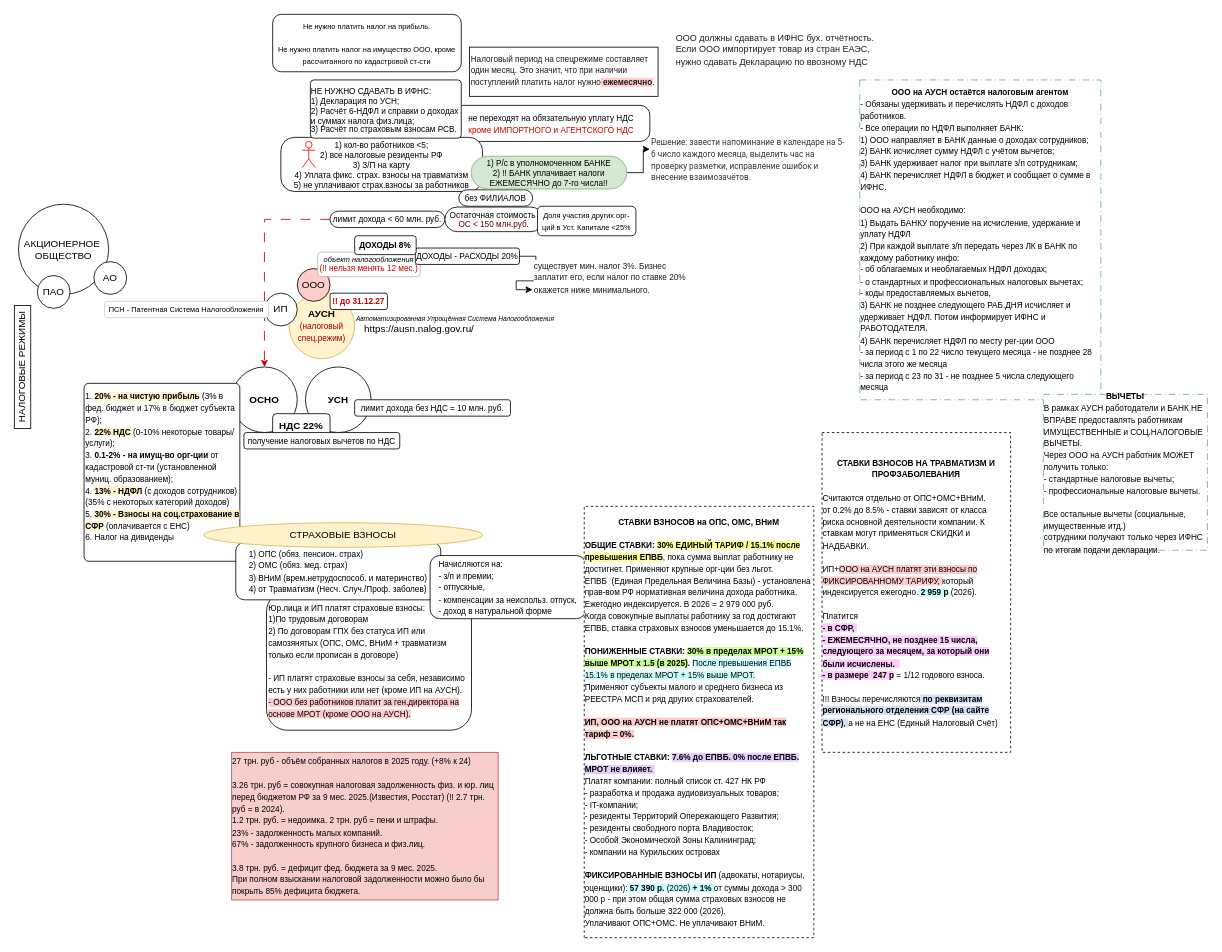
Above: АУСН.drawio in youarereef/mmaps (draw.io), before the change. Source tidied: cells renumbered, new cells numbered last; positions are measured from the earlier drawing's top-left corner, leaving out a move shared by most shapes. Both pictures are drawn from the tidied source at 82%, with x=0, y=0 at pixel (-39, 14).
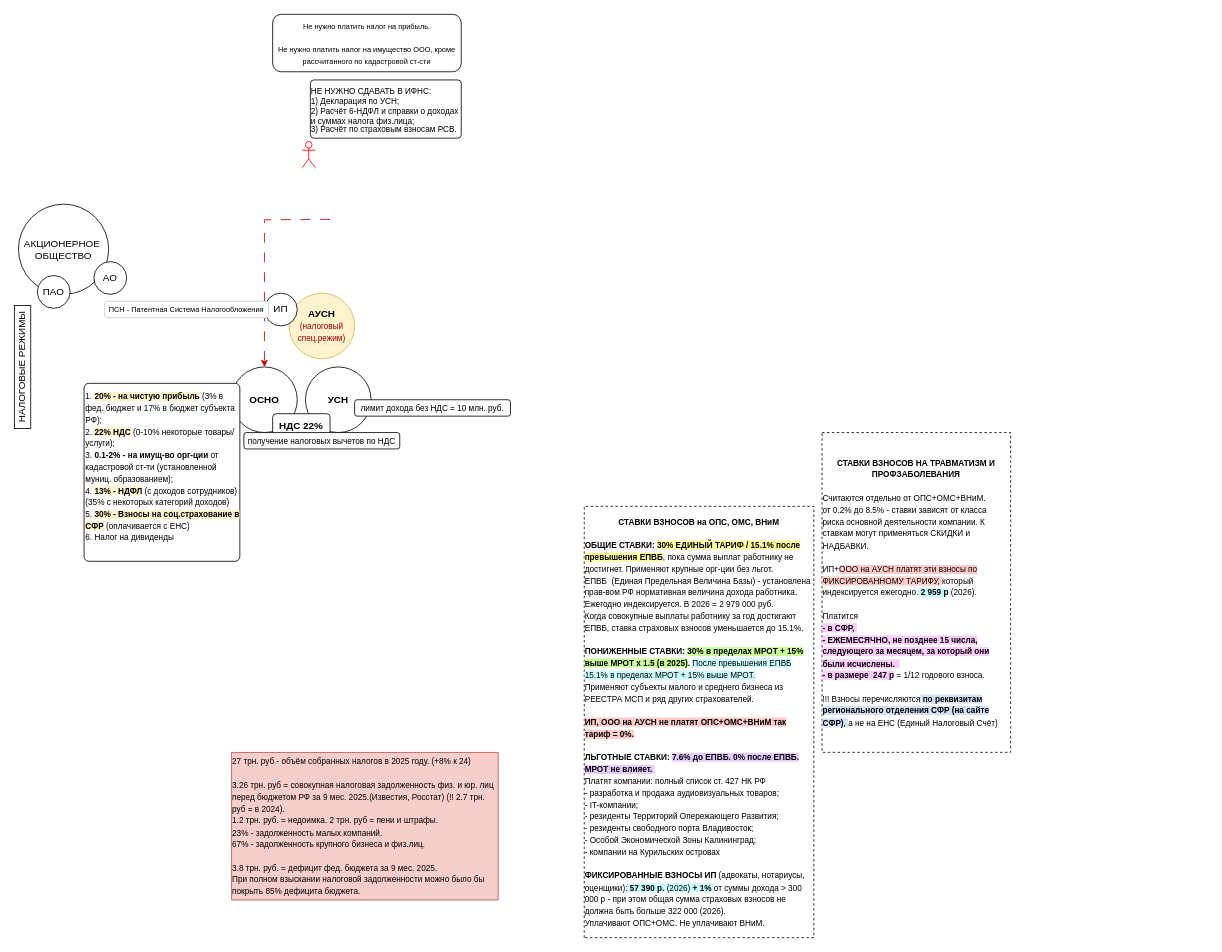
Above is the later version.

The change refers to these unchanged cells:
```xml
<mxCell id="4" value="&lt;b&gt;ОСНО&lt;/b&gt;" style="ellipse;whiteSpace=wrap;html=1;" parent="1" vertex="1">
  <mxGeometry x="330" y="430" width="80" height="80" as="geometry" />
</mxCell>
```

The edit, as a diff of the source:
```diff
@@
-    <mxCell id="2" style="edgeStyle=orthogonalEdgeStyle;rounded=0;jettySize=auto;html=1;exitX=0;exitY=0.5;exitDx=0;exitDy=0;strokeColor=#B40000;dashed=1;dashPattern=12 12;" parent="1" edge="1" source="14" target="4">
-      <mxGeometry relative="1" as="geometry" />
+    <mxCell id="2" style="edgeStyle=orthogonalEdgeStyle;rounded=0;jettySize=auto;html=1;exitX=0;exitY=0.5;exitDx=0;exitDy=0;strokeColor=#B40000;dashed=1;dashPattern=12 12;" parent="1" edge="1" target="4">
+      <mxGeometry relative="1" as="geometry">
+        <mxPoint x="450" y="250" as="sourcePoint" />
+      </mxGeometry>
     </mxCell>
@@
-    <mxCell id="8" value="ООО" style="ellipse;whiteSpace=wrap;html=1;fillColor=#FFCCCC;" parent="1" vertex="1">
-      <mxGeometry x="410" y="310" width="40" height="40" as="geometry" />
-    </mxCell>
-    <mxCell id="9" value="&lt;font style=&quot;font-size: 8px; line-height: 0%;&quot;&gt;&lt;i&gt;Автоматизированная Упрощённая Система Налогообложения&lt;/i&gt;&lt;/font&gt;" style="text;html=1;whiteSpace=wrap;strokeColor=none;fillColor=none;align=left;verticalAlign=middle;rounded=0;" parent="1" vertex="1">
-      <mxGeometry x="480" y="360" width="250" height="20" as="geometry" />
-    </mxCell>
@@
-    <mxCell id="14" value="&lt;font style=&quot;font-size: 10px;&quot;&gt;лимит дохода &amp;lt; 60 млн. руб.&lt;/font&gt;" style="rounded=1;whiteSpace=wrap;html=1;arcSize=50;" parent="1" vertex="1">
-      <mxGeometry x="450" y="240" width="140" height="20" as="geometry" />
-    </mxCell>
-    <mxCell id="15" value="&lt;font style=&quot;font-size: 10px;&quot;&gt;не переходят на обязательную уплату НДС&lt;/font&gt;&lt;div&gt;&lt;font style=&quot;font-size: 10px; color: rgb(204, 0, 0);&quot;&gt;кроме ИМПОРТНОГО и АГЕНТСКОГО НДС&lt;/font&gt;&lt;/div&gt;" style="rounded=1;whiteSpace=wrap;html=1;arcSize=27;" parent="1" vertex="1">
-      <mxGeometry x="600" y="111" width="240" height="44" as="geometry" />
-    </mxCell>
-    <mxCell id="16" value="&lt;div style=&quot;line-height: 100%;&quot;&gt;&lt;font style=&quot;font-size: 10px; line-height: 100%;&quot;&gt;1) кол-во работников &amp;lt;5;&lt;/font&gt;&lt;div&gt;&lt;font style=&quot;font-size: 10px; line-height: 100%;&quot;&gt;2) все налоговые резиденты РФ&lt;/font&gt;&lt;/div&gt;&lt;div&gt;&lt;span style=&quot;font-size: 10px; line-height: 100%;&quot;&gt;3) З/П на карту&lt;/span&gt;&lt;/div&gt;&lt;div&gt;&lt;span style=&quot;font-size: 10px; line-height: 100%;&quot;&gt;4) Уплата фикс. страх. взносы на травматизм&lt;/span&gt;&lt;/div&gt;&lt;div&gt;&lt;span style=&quot;font-size: 10px; line-height: 100%;&quot;&gt;5) не уплачивают страх.взносы за работников&lt;/span&gt;&lt;/div&gt;&lt;/div&gt;" style="rounded=1;whiteSpace=wrap;html=1;arcSize=25;align=center;" parent="1" vertex="1">
-      <mxGeometry x="390" y="150" width="246" height="66" as="geometry" />
-    </mxCell>
-    <mxCell id="17" value="&lt;div style=&quot;line-height: 90%;&quot;&gt;&lt;font style=&quot;font-size: 10px; line-height: 90%;&quot;&gt;Остаточная стоимость&amp;nbsp;&lt;/font&gt;&lt;div&gt;&lt;font style=&quot;font-size: 10px; line-height: 90%;&quot;&gt;&lt;font style=&quot;color: rgb(102, 0, 0);&quot;&gt;ОС &amp;lt; 150 млн.руб&lt;/font&gt;.&lt;/font&gt;&lt;/div&gt;&lt;/div&gt;" style="rounded=1;whiteSpace=wrap;html=1;arcSize=50;" parent="1" vertex="1">
-      <mxGeometry x="590" y="235" width="120" height="30" as="geometry" />
-    </mxCell>
-    <mxCell id="18" value="&lt;div style=&quot;line-height: 80%;&quot;&gt;&lt;i&gt;&lt;font style=&quot;font-size: 9px;&quot;&gt;объект налогообложения&lt;/font&gt;&lt;/i&gt;&lt;div&gt;&lt;font style=&quot;color: rgb(204, 0, 0); font-size: 10px; line-height: 80%;&quot;&gt;(!! нельзя менять 12 мес.)&lt;/font&gt;&lt;/div&gt;&lt;/div&gt;" style="rounded=1;whiteSpace=wrap;html=1;strokeColor=#B3B3B3;" parent="1" vertex="1">
-      <mxGeometry x="435" y="290" width="125" height="30" as="geometry" />
-    </mxCell>
-    <mxCell id="19" style="edgeStyle=orthogonalEdgeStyle;rounded=0;jettySize=auto;html=1;exitX=1;exitY=0.5;exitDx=0;exitDy=0;entryX=0;entryY=0.75;entryDx=0;entryDy=0;" parent="1" edge="1" source="20" target="30">
-      <mxGeometry relative="1" as="geometry" />
-    </mxCell>
-    <mxCell id="20" value="&lt;font style=&quot;font-size: 10px;&quot;&gt;ДОХОДЫ - РАСХОДЫ 20%&lt;/font&gt;" style="rounded=1;whiteSpace=wrap;html=1;" parent="1" vertex="1">
-      <mxGeometry x="554" y="285" width="127" height="20" as="geometry" />
-    </mxCell>
-    <mxCell id="21" value="&lt;b&gt;&lt;font style=&quot;font-size: 10px;&quot;&gt;ДОХОДЫ 8%&lt;/font&gt;&lt;/b&gt;" style="rounded=1;whiteSpace=wrap;html=1;" parent="1" vertex="1">
-      <mxGeometry x="480" y="270" width="75" height="23" as="geometry" />
-    </mxCell>
-    <mxCell id="22" value="&lt;span style=&quot;font-size: 10px;&quot;&gt;без ФИЛИАЛОВ&lt;/span&gt;" style="rounded=1;whiteSpace=wrap;html=1;arcSize=50;" parent="1" vertex="1">
-      <mxGeometry x="607" y="214" width="90" height="20" as="geometry" />
-    </mxCell>
@@
-    <mxCell id="24" value="&lt;b&gt;&lt;font style=&quot;color: rgb(204, 0, 0); font-size: 10px;&quot;&gt;!! до 31.12.27&lt;/font&gt;&lt;/b&gt;" style="rounded=1;whiteSpace=wrap;html=1;" parent="1" vertex="1">
-      <mxGeometry x="450" y="340" width="70" height="20" as="geometry" />
-    </mxCell>
-    <mxCell id="25" style="edgeStyle=orthogonalEdgeStyle;rounded=0;jettySize=auto;html=1;exitX=1;exitY=0.5;exitDx=0;exitDy=0;" parent="1" edge="1" source="26" target="27">
-      <mxGeometry relative="1" as="geometry" />
-    </mxCell>
-    <mxCell id="26" value="&lt;div style=&quot;line-height: 100%;&quot;&gt;&lt;font style=&quot;font-size: 10px; line-height: 100%;&quot;&gt;1) Р/с в уполномоченном БАНКЕ&lt;/font&gt;&lt;div&gt;&lt;font style=&quot;font-size: 10px; line-height: 100%;&quot;&gt;2) !! БАНК уплачивает налоги ЕЖЕМЕСЯЧНО до 7-го числа!!&lt;/font&gt;&lt;/div&gt;&lt;/div&gt;" style="rounded=1;whiteSpace=wrap;html=1;arcSize=50;fillColor=#d5e8d4;strokeColor=#82b366;" parent="1" vertex="1">
-      <mxGeometry x="622" y="173" width="190" height="40" as="geometry" />
-    </mxCell>
-    <mxCell id="27" value="&lt;span style=&quot;color: rgb(51, 51, 51); font-family: Roboto; font-style: normal; font-variant-ligatures: normal; font-variant-caps: normal; font-weight: 400; letter-spacing: normal; orphans: 2; text-align: start; text-indent: 0px; text-transform: none; widows: 2; word-spacing: 0px; -webkit-text-stroke-width: 0px; white-space: normal; text-decoration-thickness: initial; text-decoration-style: initial; text-decoration-color: initial; float: none; display: inline !important;&quot;&gt;&lt;font style=&quot;font-size: 10px; line-height: 80%;&quot;&gt;Решение: завести напоминание в календаре на 5-6 число каждого месяца, выделить час на проверку разметки, исправление ошибок и внесение взаимозачётов.&lt;/font&gt;&lt;/span&gt;" style="text;whiteSpace=wrap;html=1;" parent="1" vertex="1">
-      <mxGeometry x="840" y="142" width="240" height="45" as="geometry" />
-    </mxCell>
@@
-    <mxCell id="29" value="https://ausn.nalog.gov.ru/" style="text;whiteSpace=wrap;" parent="1" vertex="1">
-      <mxGeometry x="490" y="370" width="170" height="30" as="geometry" />
-    </mxCell>
-    <mxCell id="30" value="&lt;span style=&quot;color: rgb(30, 29, 29); font-family: &amp;quot;VTB Group UI&amp;quot;, Helvetica, sans-serif, &amp;quot;Apple Color Emoji&amp;quot;, &amp;quot;Segoe UI Emoji&amp;quot;, &amp;quot;Segoe UI Symbol&amp;quot;; font-style: normal; font-variant-ligatures: normal; font-variant-caps: normal; font-weight: 400; letter-spacing: normal; orphans: 2; text-align: start; text-indent: 0px; text-transform: none; widows: 2; word-spacing: 0px; -webkit-text-stroke-width: 0px; white-space: normal; background-color: rgb(255, 255, 255); text-decoration-thickness: initial; text-decoration-style: initial; text-decoration-color: initial; float: none; display: inline !important;&quot;&gt;&lt;font style=&quot;font-size: 10px;&quot;&gt;существует мин. налог 3%. Бизнес заплатит его, если налог по ставке 20% окажется ниже минимального.&lt;/font&gt;&lt;/span&gt;" style="text;whiteSpace=wrap;html=1;" parent="1" vertex="1">
-      <mxGeometry x="697" y="293" width="190" height="57" as="geometry" />
-    </mxCell>
-    <mxCell id="31" value="&lt;span style=&quot;color: rgb(30, 29, 29); font-family: &amp;quot;VTB Group UI&amp;quot;, Helvetica, sans-serif, &amp;quot;Apple Color Emoji&amp;quot;, &amp;quot;Segoe UI Emoji&amp;quot;, &amp;quot;Segoe UI Symbol&amp;quot;; font-style: normal; font-variant-ligatures: normal; font-variant-caps: normal; letter-spacing: normal; orphans: 2; text-align: start; text-indent: 0px; text-transform: none; widows: 2; word-spacing: 0px; -webkit-text-stroke-width: 0px; white-space: normal; text-decoration-thickness: initial; text-decoration-style: initial; text-decoration-color: initial; float: none; display: inline !important;&quot;&gt;&lt;font style=&quot;font-size: 10px;&quot;&gt;Налоговый период на спецрежиме составляет один месяц. Это значит, что при наличии поступлений платить налог нужно&lt;b style=&quot;background-color: rgb(255, 204, 204);&quot;&gt; ежемесячно&lt;/b&gt;.&lt;/font&gt;&lt;/span&gt;" style="text;whiteSpace=wrap;html=1;strokeColor=default;" parent="1" vertex="1">
-      <mxGeometry x="620" y="40" width="230" height="60" as="geometry" />
-    </mxCell>
@@
-    <mxCell id="33" value="&lt;span style=&quot;color: rgb(30, 29, 29); font-family: &amp;quot;VTB Group UI&amp;quot;, Helvetica, sans-serif, &amp;quot;Apple Color Emoji&amp;quot;, &amp;quot;Segoe UI Emoji&amp;quot;, &amp;quot;Segoe UI Symbol&amp;quot;; font-style: normal; font-variant-ligatures: normal; font-variant-caps: normal; font-weight: 400; letter-spacing: normal; orphans: 2; text-align: start; text-indent: 0px; text-transform: none; widows: 2; word-spacing: 0px; -webkit-text-stroke-width: 0px; white-space: normal; background-color: rgb(255, 255, 255); text-decoration-thickness: initial; text-decoration-style: initial; text-decoration-color: initial; float: none; display: inline !important;&quot;&gt;&lt;font style=&quot;font-size: 11px;&quot;&gt;ООО должны сдавать в ИФНС бух. отчётность.&amp;nbsp;&lt;/font&gt;&lt;/span&gt;&lt;div&gt;&lt;span style=&quot;color: rgb(30, 29, 29); font-family: &amp;quot;VTB Group UI&amp;quot;, Helvetica, sans-serif, &amp;quot;Apple Color Emoji&amp;quot;, &amp;quot;Segoe UI Emoji&amp;quot;, &amp;quot;Segoe UI Symbol&amp;quot;; font-style: normal; font-variant-ligatures: normal; font-variant-caps: normal; font-weight: 400; letter-spacing: normal; orphans: 2; text-align: start; text-indent: 0px; text-transform: none; widows: 2; word-spacing: 0px; -webkit-text-stroke-width: 0px; white-space: normal; background-color: rgb(255, 255, 255); text-decoration-thickness: initial; text-decoration-style: initial; text-decoration-color: initial; float: none; display: inline !important;&quot;&gt;&lt;font style=&quot;font-size: 11px;&quot;&gt;Если ООО импортирует товар из стран ЕАЭС, нужно сдавать Декларацию по ввозному НДС&lt;/font&gt;&lt;/span&gt;&lt;/div&gt;" style="text;whiteSpace=wrap;html=1;" parent="1" vertex="1">
-      <mxGeometry x="870" y="15" width="270" height="40" as="geometry" />
-    </mxCell>
-    <mxCell id="34" value="&lt;font style=&quot;font-size: 9px;&quot;&gt;Доля участия других орг-ций в Уст. Капитале &amp;lt;25%&lt;/font&gt;" style="rounded=1;whiteSpace=wrap;html=1;" parent="1" vertex="1">
-      <mxGeometry x="703" y="234" width="120" height="36" as="geometry" />
-    </mxCell>
@@
-    <mxCell id="39" value="&lt;div style=&quot;&quot;&gt;&lt;span style=&quot;font-size: 10px;&quot;&gt;Юр.лица и ИП платят страховые взносы:&lt;/span&gt;&lt;/div&gt;&lt;div style=&quot;&quot;&gt;&lt;span style=&quot;font-size: 10px;&quot;&gt;1)По трудовым договорам&lt;/span&gt;&lt;/div&gt;&lt;div style=&quot;&quot;&gt;&lt;span style=&quot;font-size: 10px;&quot;&gt;2) По договорам ГПХ без статуса ИП или самозянятых (ОПС, ОМС, ВНиМ + травматизм только если прописан в договоре)&lt;/span&gt;&lt;/div&gt;&lt;div style=&quot;&quot;&gt;&lt;span style=&quot;font-size: 10px;&quot;&gt;&lt;br&gt;&lt;/span&gt;&lt;/div&gt;&lt;div style=&quot;&quot;&gt;&lt;span style=&quot;font-size: 10px;&quot;&gt;- ИП платят страховые взносы за себя, независимо есть у них работники или нет (кроме ИП на АУСН).&lt;/span&gt;&lt;/div&gt;&lt;div style=&quot;&quot;&gt;&lt;span style=&quot;font-size: 10px; background-color: rgb(255, 204, 204);&quot;&gt;- ООО без работников платит за ген.директора на основе МРОТ (кроме ООО на АУСН).&lt;/span&gt;&lt;/div&gt;" style="rounded=1;whiteSpace=wrap;html=1;align=left;" parent="1" vertex="1">
-      <mxGeometry x="372.5" y="703" width="250" height="170" as="geometry" />
-    </mxCell>
-    <mxCell id="40" value="&lt;div style=&quot;text-align: left;&quot;&gt;&lt;span style=&quot;font-size: 10px; background-color: transparent; color: light-dark(rgb(0, 0, 0), rgb(255, 255, 255));&quot;&gt;1) ОПС (обяз. пенсион. страх)&lt;/span&gt;&lt;/div&gt;&lt;div style=&quot;text-align: left;&quot;&gt;&lt;span style=&quot;font-size: 10px; background-color: transparent; color: light-dark(rgb(0, 0, 0), rgb(255, 255, 255));&quot;&gt;2) ОМС (обяз. мед. страх)&lt;/span&gt;&lt;/div&gt;&lt;div style=&quot;text-align: left;&quot;&gt;&lt;span style=&quot;font-size: 10px; background-color: transparent; color: light-dark(rgb(0, 0, 0), rgb(255, 255, 255));&quot;&gt;3) ВНиМ (врем.нетрудоспособ. и материнство)&lt;/span&gt;&lt;/div&gt;&lt;div style=&quot;text-align: left;&quot;&gt;&lt;span style=&quot;font-size: 10px; background-color: transparent; color: light-dark(rgb(0, 0, 0), rgb(255, 255, 255));&quot;&gt;4) от Травматизм (Несч. Случ./Проф. заболев)&lt;/span&gt;&lt;/div&gt;" style="rounded=1;whiteSpace=wrap;html=1;" parent="1" vertex="1">
-      <mxGeometry x="335" y="644" width="250" height="70" as="geometry" />
-    </mxCell>
-    <mxCell id="41" value="СТРАХОВЫЕ ВЗНОСЫ" style="ellipse;whiteSpace=wrap;html=1;fillColor=#fff2cc;strokeColor=#d6b656;" parent="1" vertex="1">
-      <mxGeometry x="296" y="620" width="340" height="30" as="geometry" />
-    </mxCell>
-    <mxCell id="42" value="&lt;div style=&quot;text-align: left;&quot;&gt;&lt;span style=&quot;font-size: 10px;&quot;&gt;Начисляются на:&lt;/span&gt;&lt;/div&gt;&lt;div style=&quot;text-align: left;&quot;&gt;&lt;span style=&quot;font-size: 10px;&quot;&gt;- з/п и&amp;nbsp;&lt;/span&gt;&lt;span style=&quot;font-size: 10px; background-color: transparent; color: light-dark(rgb(0, 0, 0), rgb(255, 255, 255));&quot;&gt;премии;&amp;nbsp;&lt;/span&gt;&lt;/div&gt;&lt;div style=&quot;text-align: left;&quot;&gt;&lt;span style=&quot;font-size: 10px; background-color: transparent; color: light-dark(rgb(0, 0, 0), rgb(255, 255, 255));&quot;&gt;- отпускные,&amp;nbsp;&lt;/span&gt;&lt;/div&gt;&lt;div style=&quot;text-align: left;&quot;&gt;&lt;span style=&quot;font-size: 10px; background-color: transparent; color: light-dark(rgb(0, 0, 0), rgb(255, 255, 255));&quot;&gt;- компенсации за неиспольз. отпуск,&lt;/span&gt;&lt;/div&gt;&lt;div style=&quot;text-align: left;&quot;&gt;&lt;span style=&quot;font-size: 10px;&quot;&gt;- доход в натуральной форме&lt;/span&gt;&lt;/div&gt;" style="rounded=1;whiteSpace=wrap;html=1;" parent="1" vertex="1">
-      <mxGeometry x="572" y="660" width="190" height="77" as="geometry" />
-    </mxCell>
@@
-    <mxCell id="45" value="&lt;font style=&quot;font-size: 10px;&quot;&gt;&lt;b&gt;ООО на АУСН остаётся налоговым агентом&lt;/b&gt;&lt;/font&gt;&lt;div style=&quot;text-align: left;&quot;&gt;&lt;font style=&quot;font-size: 10px;&quot;&gt;- Обязаны удерживать и перечислять НДФЛ с доходов работников.&lt;/font&gt;&lt;/div&gt;&lt;div style=&quot;text-align: left;&quot;&gt;&lt;font style=&quot;font-size: 10px;&quot;&gt;- Все операции по НДФЛ выполняет БАНК:&lt;/font&gt;&lt;/div&gt;&lt;div style=&quot;text-align: left;&quot;&gt;&lt;font style=&quot;font-size: 10px;&quot;&gt;1) ООО направляет в БАНК данные о доходах сотрудников;&lt;/font&gt;&lt;/div&gt;&lt;div style=&quot;text-align: left;&quot;&gt;&lt;font style=&quot;font-size: 10px;&quot;&gt;2) БАНК исчисляет сумму НДФЛ с учётом вычетов;&lt;/font&gt;&lt;/div&gt;&lt;div style=&quot;text-align: left;&quot;&gt;&lt;font style=&quot;font-size: 10px;&quot;&gt;3) БАНК удерживает налог при выплате з/п сотрудникам;&lt;/font&gt;&lt;/div&gt;&lt;div style=&quot;text-align: left;&quot;&gt;&lt;font style=&quot;font-size: 10px;&quot;&gt;4) БАНК перечисляет НДФЛ в бюджет и сообщает о сумме в ИФНС.&lt;/font&gt;&lt;/div&gt;&lt;div style=&quot;text-align: left;&quot;&gt;&lt;font style=&quot;font-size: 10px;&quot;&gt;&lt;br&gt;&lt;/font&gt;&lt;/div&gt;&lt;div style=&quot;text-align: left;&quot;&gt;&lt;font style=&quot;font-size: 10px;&quot;&gt;ООО на АУСН необходимо:&lt;/font&gt;&lt;/div&gt;&lt;div style=&quot;text-align: left;&quot;&gt;&lt;font style=&quot;font-size: 10px;&quot;&gt;1) Выдать БАНКУ поручение на исчисление, удержание и уплату НДФЛ&lt;/font&gt;&lt;/div&gt;&lt;div style=&quot;text-align: left;&quot;&gt;&lt;font style=&quot;font-size: 10px;&quot;&gt;2) При каждой выплате з/п передать через ЛК в БАНК по каждому работнику инфо:&lt;/font&gt;&lt;/div&gt;&lt;div style=&quot;text-align: left;&quot;&gt;&lt;font style=&quot;font-size: 10px;&quot;&gt;- об облагаемых и необлагаемых НДФЛ доходах;&lt;/font&gt;&lt;/div&gt;&lt;div style=&quot;text-align: left;&quot;&gt;&lt;font style=&quot;font-size: 10px;&quot;&gt;- о стандартных и профессиональных налоговых вычетах;&lt;/font&gt;&lt;/div&gt;&lt;div style=&quot;text-align: left;&quot;&gt;&lt;font style=&quot;font-size: 10px;&quot;&gt;- коды предоставляемых вычетов,&lt;/font&gt;&lt;/div&gt;&lt;div style=&quot;text-align: left;&quot;&gt;&lt;font style=&quot;font-size: 10px;&quot;&gt;3) БАНК не позднее следующего РАБ.ДНЯ исчисляет и удерживает НДФЛ. Потом информирует ИФНС и РАБОТОДАТЕЛЯ.&lt;/font&gt;&lt;/div&gt;&lt;div style=&quot;text-align: left;&quot;&gt;&lt;font style=&quot;font-size: 10px;&quot;&gt;4) БАНК перечисляет НДФЛ по месту рег-ции ООО&lt;/font&gt;&lt;/div&gt;&lt;div style=&quot;text-align: left;&quot;&gt;&lt;font style=&quot;font-size: 10px;&quot;&gt;- за период с 1 по 22 число текущего месяца - не позднее 28 числа этого же месяца&lt;/font&gt;&lt;/div&gt;&lt;div style=&quot;text-align: left;&quot;&gt;&lt;font style=&quot;font-size: 10px;&quot;&gt;- за период с 23 по 31 - не позднее 5 числа следующего месяца&lt;/font&gt;&lt;/div&gt;" style="rounded=0;whiteSpace=wrap;html=1;strokeColor=#67AB9F;dashed=1;dashPattern=8 4 1 4;" parent="1" vertex="1">
-      <mxGeometry x="1096" y="80" width="294" height="390" as="geometry" />
-    </mxCell>
-    <mxCell id="46" value="&lt;font style=&quot;font-size: 10px;&quot;&gt;&lt;b&gt;ВЫЧЕТЫ&lt;/b&gt;&lt;/font&gt;&lt;div style=&quot;text-align: left;&quot;&gt;&lt;span style=&quot;font-size: 10px;&quot;&gt;В рамках АУСН работодатели и БАНК НЕ ВПРАВЕ предоставлять работникам ИМУЩЕСТВЕННЫЕ и СОЦ.НАЛОГОВЫЕ ВЫЧЕТЫ.&lt;br&gt;&lt;/span&gt;&lt;/div&gt;&lt;div style=&quot;text-align: left;&quot;&gt;&lt;span style=&quot;font-size: 10px;&quot;&gt;Через ООО на АУСН работник МОЖЕТ получить только:&lt;/span&gt;&lt;/div&gt;&lt;div style=&quot;text-align: left;&quot;&gt;&lt;span style=&quot;font-size: 10px;&quot;&gt;- стандартные налоговые вычеты;&lt;/span&gt;&lt;/div&gt;&lt;div style=&quot;text-align: left;&quot;&gt;&lt;span style=&quot;font-size: 10px;&quot;&gt;- профессиональные налоговые вычеты.&lt;/span&gt;&lt;/div&gt;&lt;div style=&quot;text-align: left;&quot;&gt;&lt;span style=&quot;font-size: 10px;&quot;&gt;&lt;br&gt;&lt;/span&gt;&lt;/div&gt;&lt;div style=&quot;text-align: left;&quot;&gt;&lt;span style=&quot;font-size: 10px;&quot;&gt;Все остальные вычеты (социальные, имущественные итд.)&lt;/span&gt;&lt;/div&gt;&lt;div style=&quot;text-align: left;&quot;&gt;&lt;span style=&quot;font-size: 10px;&quot;&gt;сотрудники получают только через ИФНС по итогам подачи декларации.&lt;/span&gt;&lt;/div&gt;" style="rounded=0;whiteSpace=wrap;html=1;strokeColor=#67AB9F;dashed=1;dashPattern=8 4 1 4;" parent="1" vertex="1">
-      <mxGeometry x="1320" y="463.5" width="200" height="190" as="geometry" />
-    </mxCell>
```
